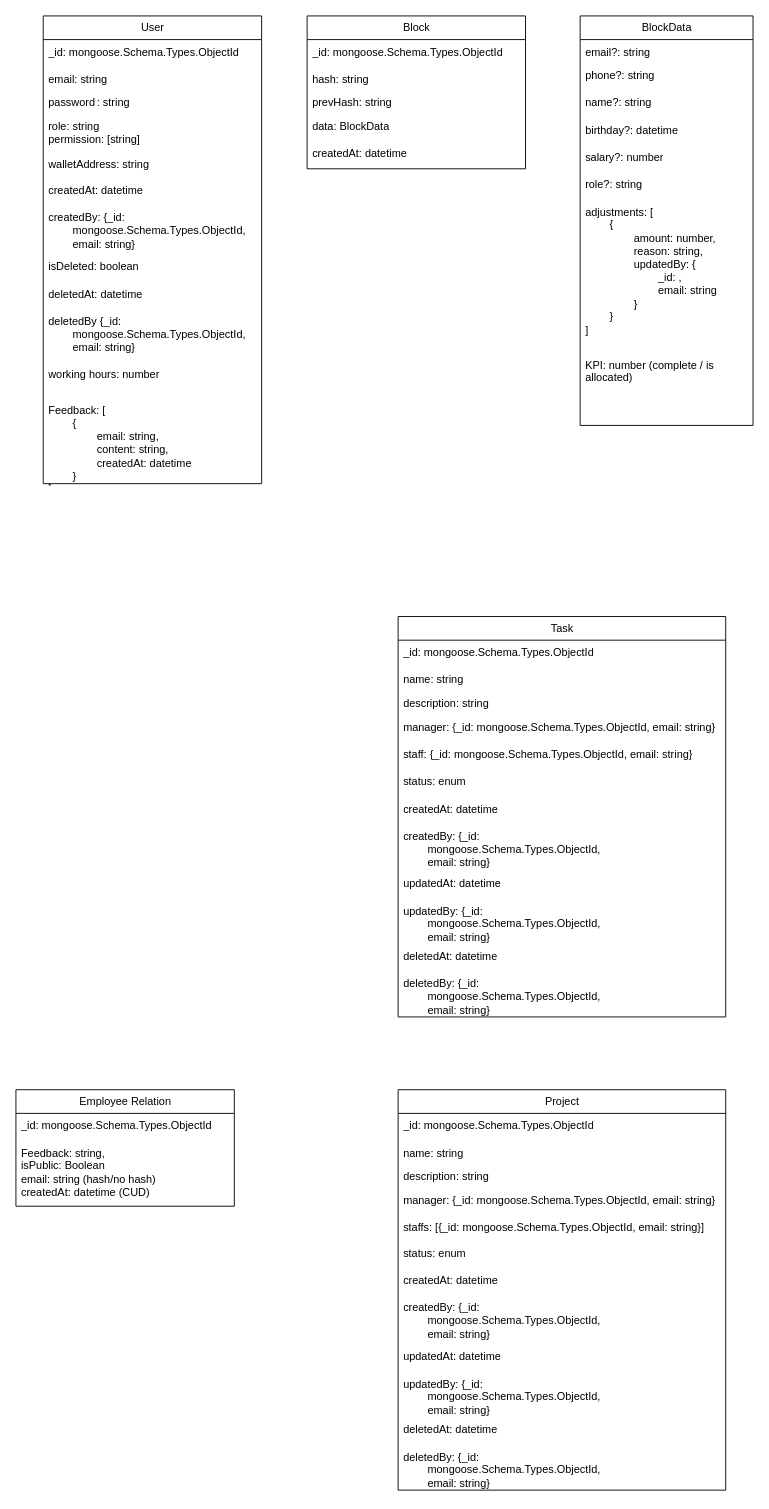
Before: Models/database-model.drawio in trandinh0506/CoreChainServer, a draw.io diagram. Source tidied: cells renumbered, new cells numbered last; positions are measured from the earlier drawing's top-left corner, leaving out a move shared by most shapes. Both pictures are drawn from the tidied source at 91%, with x=0, y=0 at pixel (15, 15).
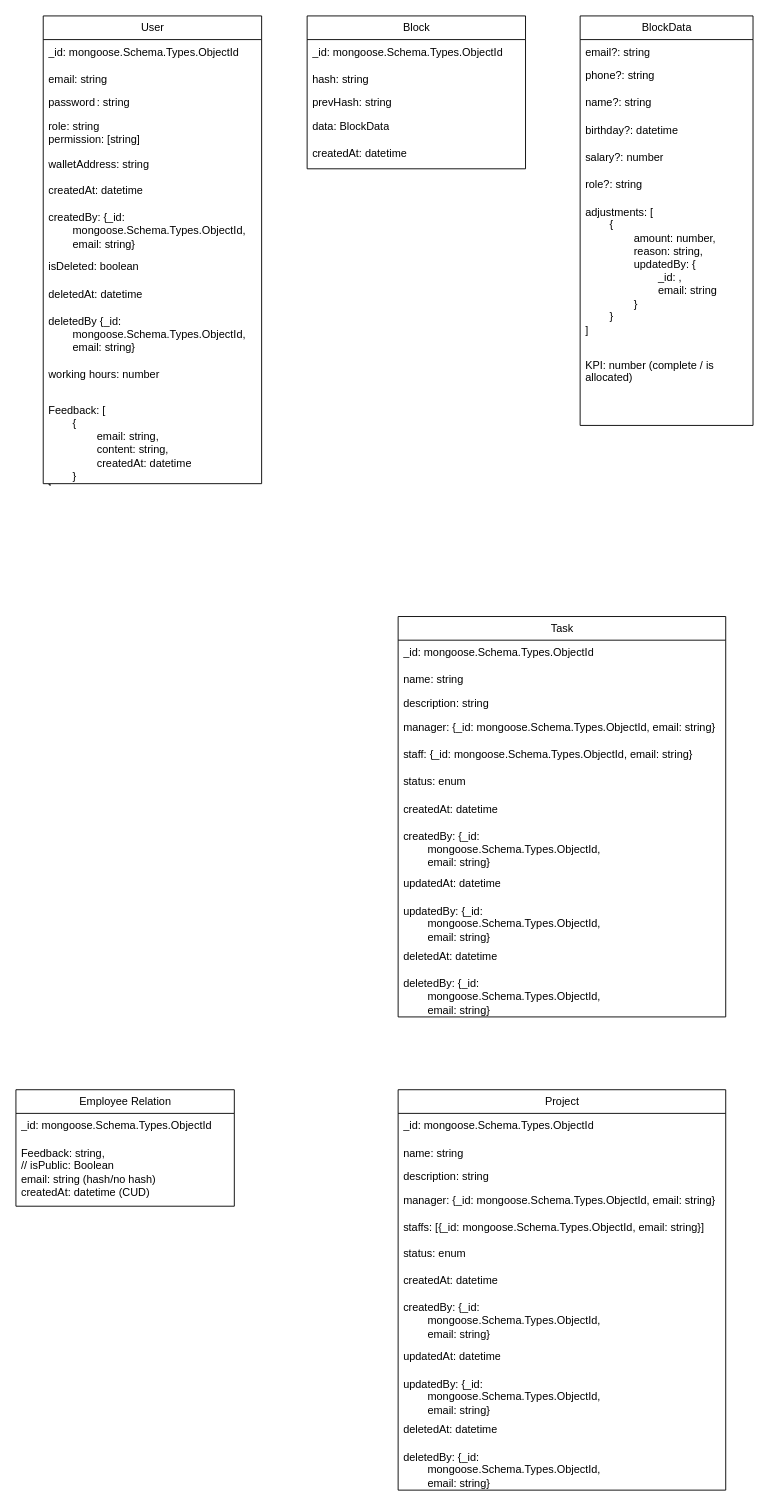
The same diagram, later.

Unchanged cells that the change refers to:
```xml
<mxCell id="55" value="&lt;div&gt;Employee Relation&lt;/div&gt;" style="swimlane;fontStyle=0;horizontal=1;startSize=26;fillColor=none;html=1;" parent="1" vertex="1">
  <mxGeometry y="1180" width="240" height="128" as="geometry" />
</mxCell>
```

Diff of the diagram source:
```diff
@@
-    <mxCell id="57" value="&lt;div&gt;Feedback: string,&lt;/div&gt;&lt;div&gt;isPublic: Boolean&lt;/div&gt;&lt;div&gt;email: string (hash/no hash)&lt;/div&gt;createdAt: datetime (CUD)" style="text;strokeColor=none;fillColor=none;spacingLeft=4;spacingRight=4;overflow=hidden;fontSize=12;whiteSpace=wrap;html=1;" parent="55" vertex="1">
+    <mxCell id="57" value="&lt;div&gt;Feedback: string,&lt;/div&gt;&lt;div&gt;// isPublic: Boolean&lt;/div&gt;&lt;div&gt;email: string (hash/no hash)&lt;/div&gt;createdAt: datetime (CUD)" style="text;strokeColor=none;fillColor=none;spacingLeft=4;spacingRight=4;overflow=hidden;fontSize=12;whiteSpace=wrap;html=1;" parent="55" vertex="1">
       <mxGeometry y="56" width="240" height="72" as="geometry" />
     </mxCell>
```
